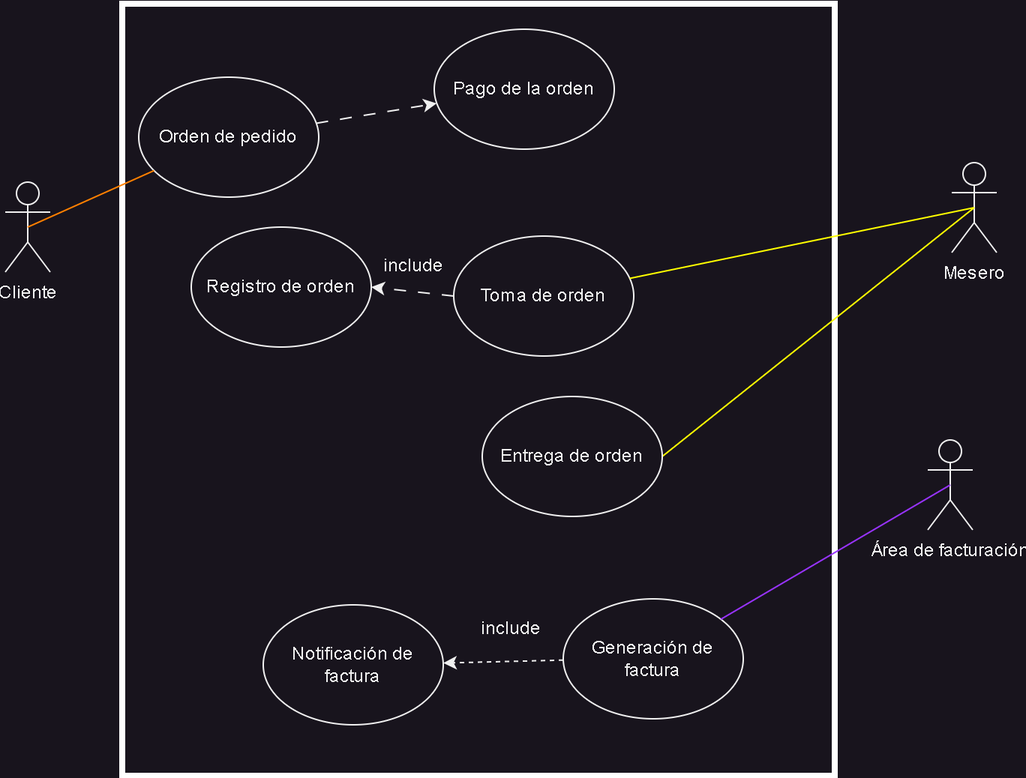
Above: Proyecto/Avance1/CasosDeUso.png in Edu-Ram/Requerimientos (draw.io), before the change. Source tidied: cells renumbered, new cells last; positions are measured from the earlier drawing's top-left corner, leaving out a move shared by most shapes.
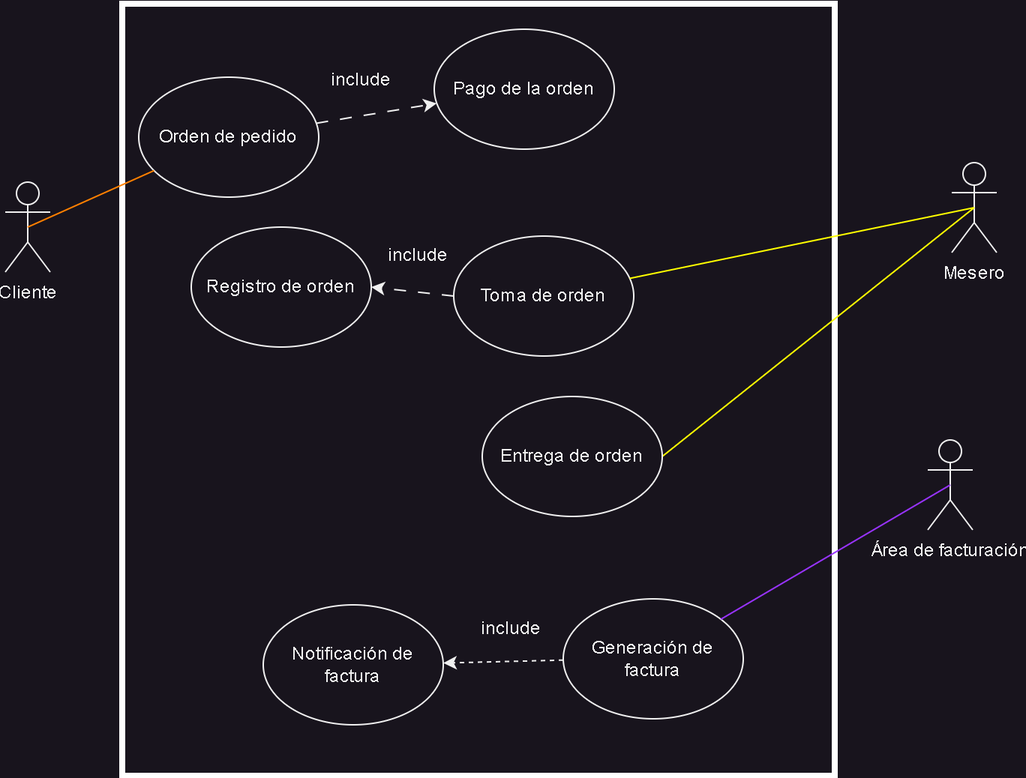
The same diagram one commit later.

The edit, as a diff of the source:
```diff
@@ -54,7 +54,7 @@
       <mxGeometry relative="1" as="geometry" />
     </mxCell>
     <mxCell id="19" value="include" style="text;html=1;align=center;verticalAlign=middle;strokeColor=none;fillColor=none;" parent="1" vertex="1">
-      <mxGeometry x="244" y="162" width="55" height="26" as="geometry" />
+      <mxGeometry x="209" y="38" width="55" height="26" as="geometry" />
     </mxCell>
     <mxCell id="20" value="include" style="text;html=1;align=center;verticalAlign=middle;strokeColor=none;fillColor=none;" parent="1" vertex="1">
       <mxGeometry x="309" y="404" width="55" height="26" as="geometry" />
@@ -62,5 +62,8 @@
     <mxCell id="21" value="Entrega de orden" style="ellipse;whiteSpace=wrap;html=1;" parent="1" vertex="1">
       <mxGeometry x="318" y="262" width="120" height="80" as="geometry" />
     </mxCell>
+    <mxCell id="22" value="include" style="text;html=1;align=center;verticalAlign=middle;strokeColor=none;fillColor=none;" parent="1" vertex="1">
+      <mxGeometry x="247" y="155" width="55" height="26" as="geometry" />
+    </mxCell>
   </root>
 </mxGraphModel>
```
